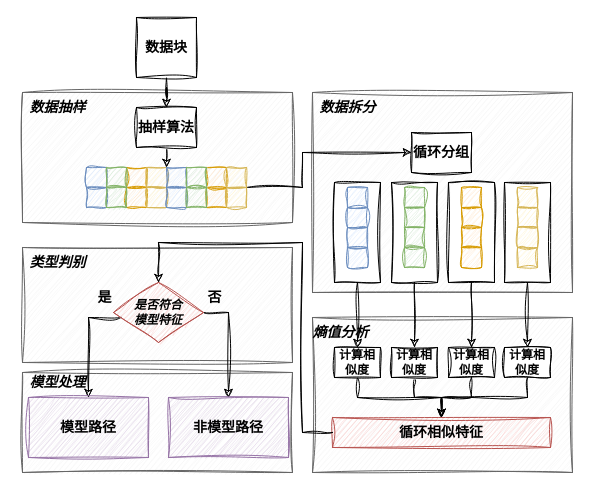
Before: figures/0306数据类型鉴别模块.drawio in lucky6six/SJTU-lz, a draw.io diagram. Source tidied: cells renumbered, new cells numbered last; positions are measured from the earlier drawing's top-left corner, leaving out a move shared by most shapes. Both pictures are drawn from the tidied source at 100%, with x=0, y=0 at pixel (17, 17).
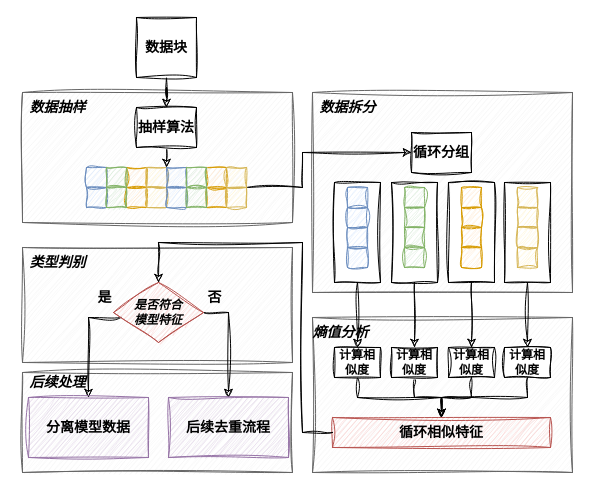
After the change.

The edit, as a diff of the source:
```diff
@@
-    <mxCell id="67" value="模型路径" style="rounded=0;whiteSpace=wrap;html=1;fillColor=#e1d5e7;strokeColor=#9673a6;fontSize=14;fontStyle=1;sketch=1;curveFitting=1;jiggle=2;" parent="1" vertex="1">
+    <mxCell id="67" value="分离模型数据" style="rounded=0;whiteSpace=wrap;html=1;fillColor=#e1d5e7;strokeColor=#9673a6;fontSize=14;fontStyle=1;sketch=1;curveFitting=1;jiggle=2;" parent="1" vertex="1">
       <mxGeometry x="11" y="380" width="120" height="60" as="geometry" />
     </mxCell>
-    <mxCell id="68" value="非模型路径" style="rounded=0;whiteSpace=wrap;html=1;fillColor=#e1d5e7;strokeColor=#9673a6;fontSize=14;fontStyle=1;sketch=1;curveFitting=1;jiggle=2;" parent="1" vertex="1">
+    <mxCell id="68" value="后续去重流程" style="rounded=0;whiteSpace=wrap;html=1;fillColor=#e1d5e7;strokeColor=#9673a6;fontSize=14;fontStyle=1;sketch=1;curveFitting=1;jiggle=2;" parent="1" vertex="1">
       <mxGeometry x="151" y="380" width="120" height="60" as="geometry" />
     </mxCell>
@@
-    <mxCell id="74" value="模型处理" style="text;html=1;align=center;verticalAlign=middle;strokeColor=none;fillColor=none;fontSize=14;fontStyle=3;sketch=1;curveFitting=1;jiggle=2;" parent="1" vertex="1">
+    <mxCell id="74" value="后续处理" style="text;html=1;align=center;verticalAlign=middle;strokeColor=none;fillColor=none;fontSize=14;fontStyle=3;sketch=1;curveFitting=1;jiggle=2;" parent="1" vertex="1">
       <mxGeometry y="350" width="80" height="30" as="geometry" />
     </mxCell>
```
